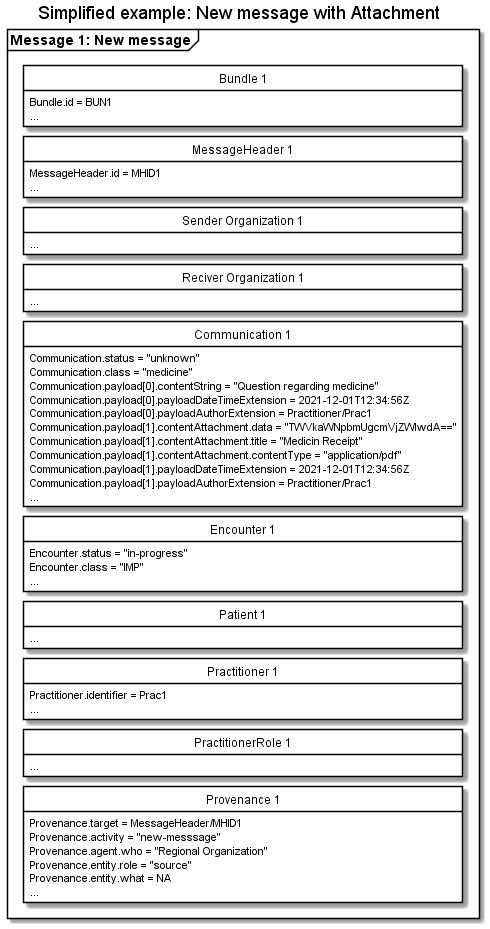
The PlantUML diagram input/images/carecommunication/CCNewMessageAttachment.png in medcomdk/dk-medcom-carecommunication, before a commit. Source of this version:
```plantuml
@startuml CCNewMessageAttachment
skinparam class {
    BackgroundColor White
    BorderColor Black
    ArrowColor Black
  }
hide circle
hide empty members
skinparam SameClassWidth true
skinparam Ranksep 10


title Simplified example: New message with Attachment

package "Message 1: New message" as new <<Frame>>{
    class "Bundle 1" as newB {
        Bundle.id = BUN1
        ...
    }
    class "MessageHeader 1" as newMH{
        MessageHeader.id = MHID1
        ...
    }
    class "Sender Organization 1" as newSOrg{
        ...
    }
    class "Reciver Organization 1" as newROrg{
        ...
    }
    class "Communication 1" as newCom{
        Communication.status = "unknown"
        Communication.class = "medicine"
        Communication.payload[0].contentString = "Question regarding medicine"
        Communication.payload[0].payloadDateTimeExtension = 2021-12-01T12:34:56Z
        Communication.payload[0].payloadAuthorExtension = Practitioner/Prac1
        Communication.payload[1].contentAttachment.data = "TWVkaWNpbmUgcmVjZWlwdA=="
        Communication.payload[1].contentAttachment.title = "Medicin Receipt"
        Communication.payload[1].contentAttachment.contentType = "application/pdf"
        Communication.payload[1].payloadDateTimeExtension = 2021-12-01T12:34:56Z
        Communication.payload[1].payloadAuthorExtension = Practitioner/Prac1
        ...
    }
    class "Encounter 1" as newENC{
        Encounter.status = "in-progress"
        Encounter.class = "IMP"
        ...
    }
    class "Patient 1" as newPT{
        ...
    }
    class "Practitioner 1" as newPrac{
        Practitioner.identifier = Prac1
        ...
    }
    class "PractitionerRole 1" as newPracR{
        ...
    }
    class "Provenance 1" as newPRO{
        Provenance.target = MessageHeader/MHID1
        Provenance.activity = "new-messsage"
        Provenance.agent.who = "Regional Organization"
        Provenance.entity.role = "source"
        Provenance.entity.what = NA
        ...
    }

newB -[hidden]- newMH
newMH -[hidden]- newSOrg
newSOrg-[hidden]-newROrg
newROrg-[hidden]-newCom
newCom -[hidden]- newENC
newENC-[hidden]-newPT
newPT-[hidden]-newPrac
newPrac-[hidden]-newPracR
newPracR-[hidden]-newPRO

@enduml
```
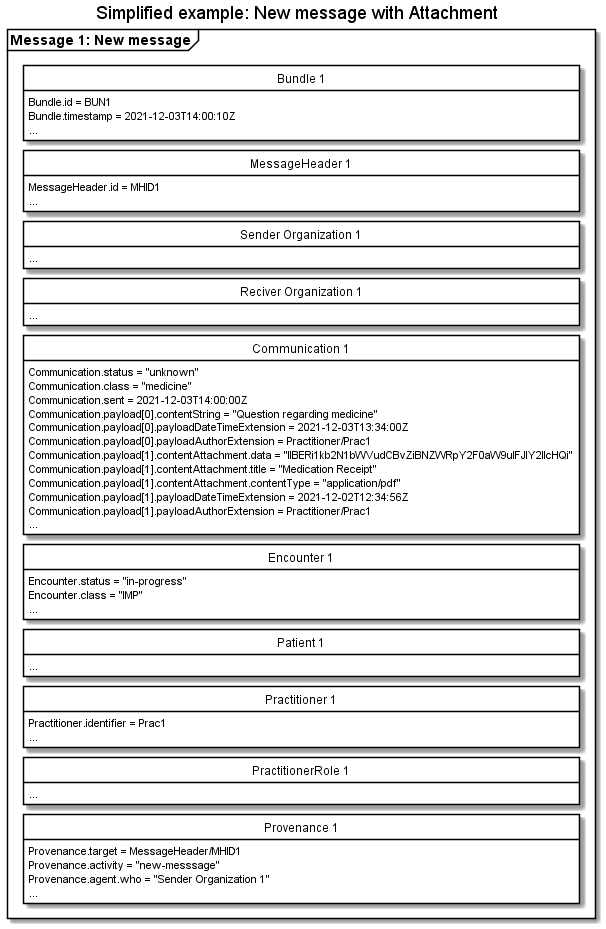
After the change.

What changed in the source:
```diff
@@ -15,6 +15,7 @@
 package "Message 1: New message" as new <<Frame>>{
     class "Bundle 1" as newB {
         Bundle.id = BUN1
+        Bundle.timestamp = 2021-12-03T14:00:10Z
         ...
     }
     class "MessageHeader 1" as newMH{
@@ -30,13 +31,14 @@
     class "Communication 1" as newCom{
         Communication.status = "unknown"
         Communication.class = "medicine"
+        Communication.sent = 2021-12-03T14:00:00Z
         Communication.payload[0].contentString = "Question regarding medicine"
-        Communication.payload[0].payloadDateTimeExtension = 2021-12-01T12:34:56Z
+        Communication.payload[0].payloadDateTimeExtension = 2021-12-03T13:34:00Z
         Communication.payload[0].payloadAuthorExtension = Practitioner/Prac1
-        Communication.payload[1].contentAttachment.data = "TWVkaWNpbmUgcmVjZWlwdA=="
-        Communication.payload[1].contentAttachment.title = "Medicin Receipt"
+        Communication.payload[1].contentAttachment.data = "IlBERi1kb2N1bWVudCBvZiBNZWRpY2F0aW9uIFJlY2llcHQi"
+        Communication.payload[1].contentAttachment.title = "Medication Receipt"
         Communication.payload[1].contentAttachment.contentType = "application/pdf"
-        Communication.payload[1].payloadDateTimeExtension = 2021-12-01T12:34:56Z
+        Communication.payload[1].payloadDateTimeExtension = 2021-12-02T12:34:56Z
         Communication.payload[1].payloadAuthorExtension = Practitioner/Prac1
         ...
     }
@@ -58,9 +60,7 @@
     class "Provenance 1" as newPRO{
         Provenance.target = MessageHeader/MHID1
         Provenance.activity = "new-messsage"
-        Provenance.agent.who = "Regional Organization"
-        Provenance.entity.role = "source"
-        Provenance.entity.what = NA
+        Provenance.agent.who = "Sender Organization 1"
         ...
     }
 
```
